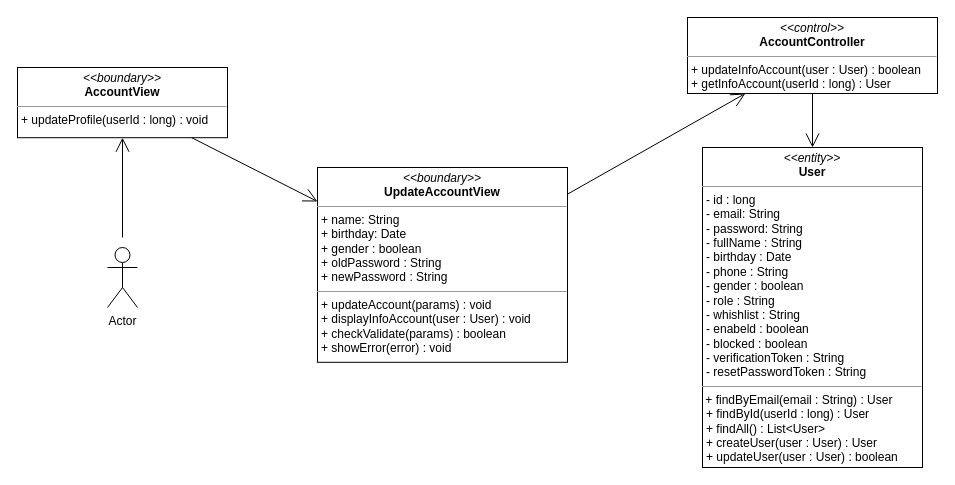
Before: class diagram/update-info-account-class-diagram.drawio in nguyenphamvan/datn_20202, a draw.io diagram. Source tidied: cells renumbered, new cells numbered last; positions are measured from the earlier drawing's top-left corner, leaving out a move shared by most shapes. Both pictures are drawn from the tidied source at 100%, with x=0, y=0 at pixel (17, 17).
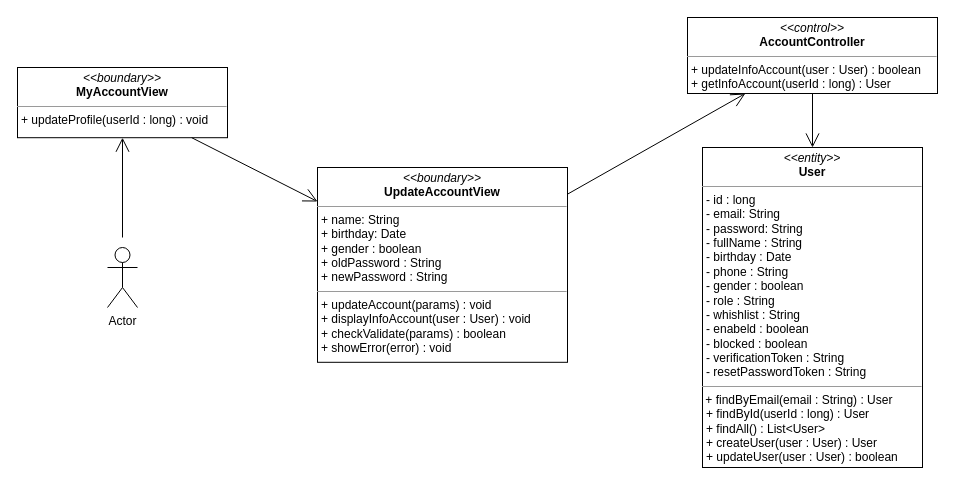
After the change.

Diff of the diagram source:
```diff
@@
 <mxGraphModel>
   <root>
     <mxCell id="0" />
     <mxCell id="1" parent="0" />
     <mxCell id="2" value="&lt;p style=&quot;margin: 0px ; margin-top: 4px ; text-align: center&quot;&gt;&lt;i&gt;&amp;lt;&amp;lt;entity&amp;gt;&amp;gt;&lt;/i&gt;&lt;br&gt;&lt;b&gt;User&lt;/b&gt;&lt;/p&gt;&lt;hr size=&quot;1&quot;&gt;&lt;p style=&quot;margin: 0px ; margin-left: 4px&quot;&gt;- id : long&lt;/p&gt;&lt;p style=&quot;margin: 0px ; margin-left: 4px&quot;&gt;- email: String&lt;br&gt;- password: String&lt;/p&gt;&lt;p style=&quot;margin: 0px ; margin-left: 4px&quot;&gt;- fullName : String&lt;/p&gt;&lt;p style=&quot;margin: 0px ; margin-left: 4px&quot;&gt;- birthday : Date&lt;/p&gt;&lt;p style=&quot;margin: 0px ; margin-left: 4px&quot;&gt;- phone : String&lt;/p&gt;&lt;p style=&quot;margin: 0px ; margin-left: 4px&quot;&gt;- gender : boolean&lt;/p&gt;&lt;p style=&quot;margin: 0px ; margin-left: 4px&quot;&gt;- role : String&lt;/p&gt;&lt;p style=&quot;margin: 0px ; margin-left: 4px&quot;&gt;- whishlist : String&lt;/p&gt;&lt;p style=&quot;margin: 0px ; margin-left: 4px&quot;&gt;- enabeld : boolean&lt;/p&gt;&lt;p style=&quot;margin: 0px ; margin-left: 4px&quot;&gt;- blocked : boolean&lt;/p&gt;&lt;p style=&quot;margin: 0px ; margin-left: 4px&quot;&gt;- verificationToken : String&lt;/p&gt;&lt;p style=&quot;margin: 0px ; margin-left: 4px&quot;&gt;- resetPasswordToken : String&lt;/p&gt;&lt;hr size=&quot;1&quot;&gt;&amp;nbsp;&lt;span&gt;+ findByEmail(email : String) : User&amp;nbsp;&lt;/span&gt;&lt;p style=&quot;margin: 0px 0px 0px 4px&quot;&gt;+ findById(userId : long) : User&lt;/p&gt;&lt;p style=&quot;margin: 0px 0px 0px 4px&quot;&gt;+ findAll() : List&amp;lt;User&amp;gt;&lt;/p&gt;&lt;p style=&quot;margin: 0px 0px 0px 4px&quot;&gt;+ createUser(user : User) : User&lt;/p&gt;&lt;p style=&quot;margin: 0px 0px 0px 4px&quot;&gt;+ updateUser(user : User) : boolean&lt;/p&gt;" style="verticalAlign=top;align=left;overflow=fill;fontSize=12;fontFamily=Helvetica;html=1;" parent="1" vertex="1">
       <mxGeometry x="685" y="130" width="220" height="320" as="geometry" />
     </mxCell>
     <mxCell id="3" value="&lt;p style=&quot;margin: 0px ; margin-top: 4px ; text-align: center&quot;&gt;&lt;i&gt;&amp;lt;&amp;lt;control&amp;gt;&amp;gt;&lt;/i&gt;&lt;br&gt;&lt;b&gt;AccountController&lt;/b&gt;&lt;br&gt;&lt;/p&gt;&lt;hr size=&quot;1&quot;&gt;&lt;p style=&quot;margin: 0px ; margin-left: 4px&quot;&gt;&lt;/p&gt;&lt;p style=&quot;margin: 0px ; margin-left: 4px&quot;&gt;+ updateInfoAccount(user : User) : boolean&lt;br&gt;&lt;/p&gt;&lt;p style=&quot;margin: 0px ; margin-left: 4px&quot;&gt;+ getInfoAccount(userId : long) : User&lt;/p&gt;" style="verticalAlign=top;align=left;overflow=fill;fontSize=12;fontFamily=Helvetica;html=1;" parent="1" vertex="1">
       <mxGeometry x="670" width="250" height="76" as="geometry" />
     </mxCell>
     <mxCell id="4" style="endArrow=open;endFill=1;endSize=12;html=1;" parent="1" edge="1" source="7" target="3">
       <mxGeometry relative="1" as="geometry" />
     </mxCell>
     <mxCell id="5" style="endArrow=open;endFill=1;endSize=12;html=1;strokeColor=#000000;" parent="1" edge="1" source="3" target="2">
       <mxGeometry relative="1" as="geometry" />
     </mxCell>
-    <mxCell id="6" value="&lt;p style=&quot;margin: 0px ; margin-top: 4px ; text-align: center&quot;&gt;&lt;i&gt;&amp;lt;&amp;lt;boundary&amp;gt;&amp;gt;&lt;/i&gt;&lt;br&gt;&lt;b&gt;AccountView&lt;/b&gt;&lt;/p&gt;&lt;hr size=&quot;1&quot;&gt;&lt;p style=&quot;margin: 0px ; margin-left: 4px&quot;&gt;&lt;span&gt;+ updateProfile(userId : long) : void&lt;/span&gt;&lt;/p&gt;" style="verticalAlign=top;align=left;overflow=fill;fontSize=12;fontFamily=Helvetica;html=1;" parent="1" vertex="1">
+    <mxCell id="6" value="&lt;p style=&quot;margin: 0px ; margin-top: 4px ; text-align: center&quot;&gt;&lt;i&gt;&amp;lt;&amp;lt;boundary&amp;gt;&amp;gt;&lt;/i&gt;&lt;br&gt;&lt;b&gt;MyAccountView&lt;/b&gt;&lt;/p&gt;&lt;hr size=&quot;1&quot;&gt;&lt;p style=&quot;margin: 0px ; margin-left: 4px&quot;&gt;&lt;span&gt;+ updateProfile(userId : long) : void&lt;/span&gt;&lt;/p&gt;" style="verticalAlign=top;align=left;overflow=fill;fontSize=12;fontFamily=Helvetica;html=1;" parent="1" vertex="1">
       <mxGeometry y="50" width="210" height="70.2" as="geometry" />
     </mxCell>
     <mxCell id="7" value="&lt;p style=&quot;margin: 0px ; margin-top: 4px ; text-align: center&quot;&gt;&lt;i&gt;&amp;lt;&amp;lt;boundary&amp;gt;&amp;gt;&lt;/i&gt;&lt;br&gt;&lt;b&gt;UpdateAccountView&lt;/b&gt;&lt;/p&gt;&lt;hr size=&quot;1&quot;&gt;&lt;p style=&quot;margin: 0px ; margin-left: 4px&quot;&gt;+ name: String&lt;br&gt;+ birthday: Date&lt;/p&gt;&lt;p style=&quot;margin: 0px ; margin-left: 4px&quot;&gt;+ gender : boolean&lt;/p&gt;&lt;p style=&quot;margin: 0px ; margin-left: 4px&quot;&gt;+ oldPassword : String&lt;/p&gt;&lt;p style=&quot;margin: 0px ; margin-left: 4px&quot;&gt;+ newPassword : String&lt;/p&gt;&lt;hr size=&quot;1&quot;&gt;&lt;p style=&quot;margin: 0px 0px 0px 4px&quot;&gt;+ updateAccount(params) : void&lt;/p&gt;&lt;p style=&quot;margin: 0px 0px 0px 4px&quot;&gt;+ displayInfoAccount(user : User) : void&lt;/p&gt;&lt;p style=&quot;margin: 0px 0px 0px 4px&quot;&gt;+ checkValidate(params) : boolean&lt;/p&gt;&lt;p style=&quot;margin: 0px 0px 0px 4px&quot;&gt;+ showError(error) : void&lt;/p&gt;" style="verticalAlign=top;align=left;overflow=fill;fontSize=12;fontFamily=Helvetica;html=1;" parent="1" vertex="1">
       <mxGeometry x="300" y="150" width="250" height="194.8" as="geometry" />
     </mxCell>
     <mxCell id="8" style="endArrow=open;endFill=1;endSize=12;html=1;" parent="1" edge="1" source="6" target="7">
       <mxGeometry relative="1" as="geometry" />
     </mxCell>
     <mxCell id="9" value="Actor" style="shape=umlActor;verticalLabelPosition=bottom;verticalAlign=top;html=1;" parent="1" vertex="1">
       <mxGeometry x="90" y="230" width="30" height="60" as="geometry" />
     </mxCell>
     <mxCell id="10" style="endArrow=open;endFill=1;endSize=12;html=1;" parent="1" edge="1" target="6">
       <mxGeometry relative="1" as="geometry">
         <mxPoint x="105" y="220" as="sourcePoint" />
       </mxGeometry>
     </mxCell>
   </root>
 </mxGraphModel>
```
